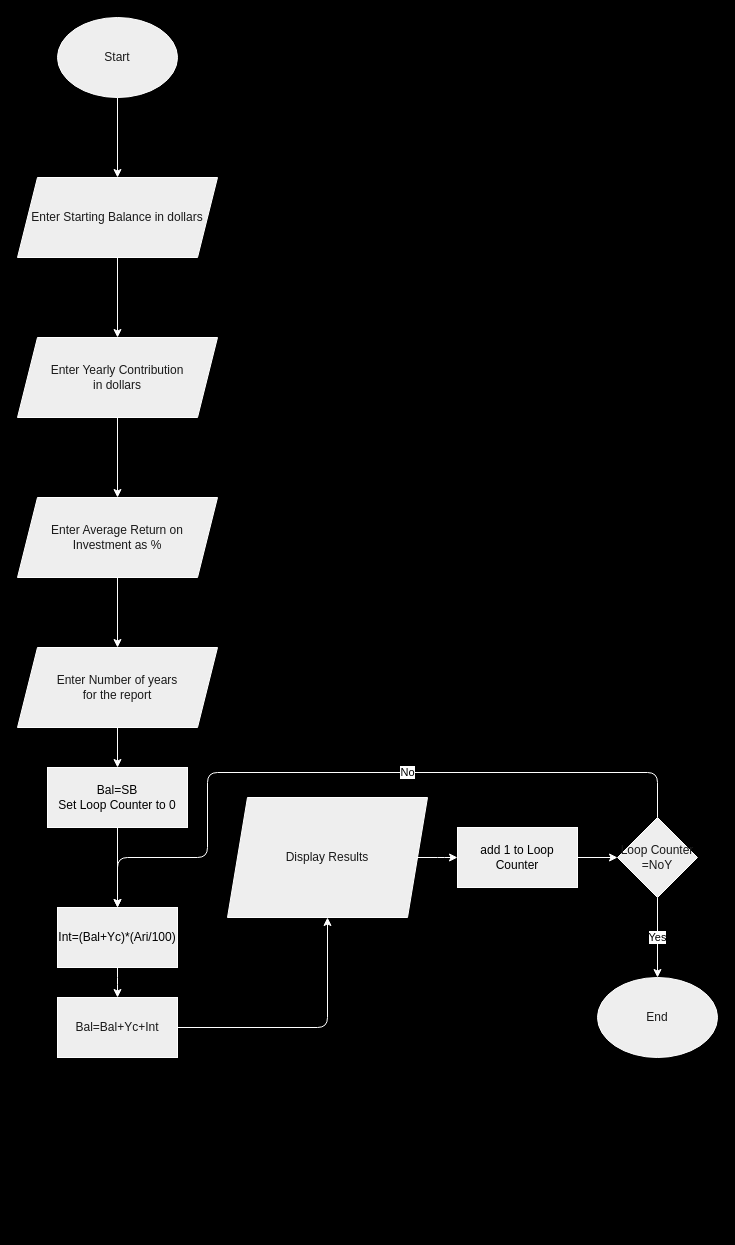
Before: advpseudoflow.drawio in WilsonTalentCenter/advpseudoflow-Digimonsoul, a draw.io diagram. Source tidied: cells renumbered, new cells numbered last; positions are measured from the earlier drawing's top-left corner, leaving out a move shared by most shapes. Both pictures are drawn from the tidied source at 100%, with x=0, y=0 at pixel (17, 17).
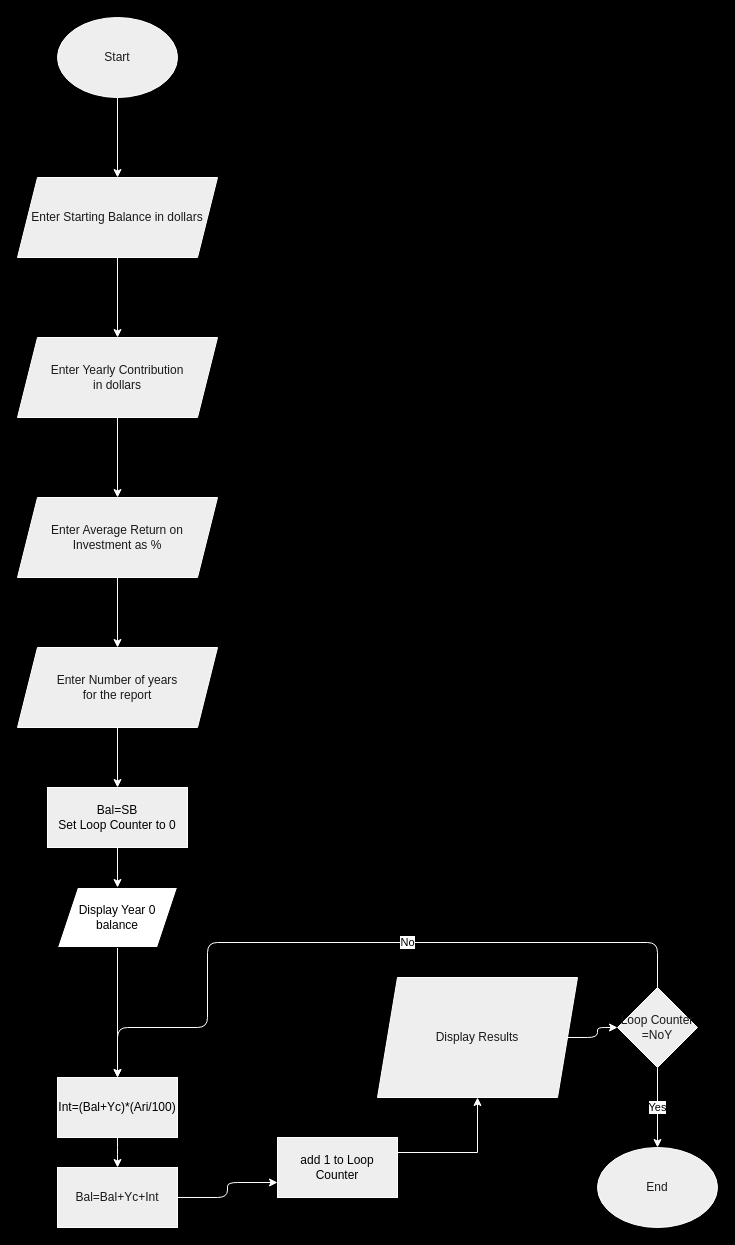
After the change.

Change to the diagram source:
```diff
@@
-    <mxCell id="12" style="edgeStyle=orthogonalEdgeStyle;curved=0;rounded=1;sketch=0;jettySize=auto;html=1;strokeColor=#FFFFFF;fontColor=#000000;" parent="1" edge="1" source="13" target="15">
+    <mxCell id="12" style="edgeStyle=orthogonalEdgeStyle;curved=0;rounded=1;sketch=0;jettySize=auto;html=1;strokeColor=#FFFFFF;fontColor=#000000;entryX=0;entryY=0.75;entryDx=0;entryDy=0;" parent="1" edge="1" source="13" target="25">
       <mxGeometry relative="1" as="geometry" />
     </mxCell>
     <mxCell id="13" value="Bal=Bal+Yc+Int" style="whiteSpace=wrap;html=1;fontColor=#1A1A1A;strokeColor=#FFFFFF;fillColor=#EEEEEE;" parent="1" vertex="1">
-      <mxGeometry x="40" y="980" width="120" height="60" as="geometry" />
+      <mxGeometry x="40" y="1150" width="120" height="60" as="geometry" />
     </mxCell>
-    <mxCell id="14" style="edgeStyle=orthogonalEdgeStyle;curved=0;rounded=1;sketch=0;jettySize=auto;html=1;exitX=1;exitY=0.5;exitDx=0;exitDy=0;entryX=0;entryY=0.5;entryDx=0;entryDy=0;strokeColor=#FFFFFF;fontColor=#000000;" parent="1" edge="1" source="15" target="25">
+    <mxCell id="14" style="edgeStyle=orthogonalEdgeStyle;curved=0;rounded=1;sketch=0;jettySize=auto;html=1;exitX=1;exitY=0.5;exitDx=0;exitDy=0;entryX=0;entryY=0.5;entryDx=0;entryDy=0;strokeColor=#FFFFFF;fontColor=#000000;" parent="1" edge="1" source="15" target="18">
       <mxGeometry relative="1" as="geometry" />
     </mxCell>
     <mxCell id="15" value="Display Results" style="shape=parallelogram;perimeter=parallelogramPerimeter;whiteSpace=wrap;html=1;fixedSize=1;fontColor=#1A1A1A;strokeColor=#FFFFFF;fillColor=#EEEEEE;" parent="1" vertex="1">
-      <mxGeometry x="210" y="780" width="200" height="120" as="geometry" />
+      <mxGeometry x="360" y="960" width="200" height="120" as="geometry" />
     </mxCell>
     <mxCell id="16" value="No" style="edgeStyle=orthogonalEdgeStyle;curved=0;rounded=1;sketch=0;jettySize=auto;html=1;exitX=0.5;exitY=0;exitDx=0;exitDy=0;strokeColor=#FFFFFF;fontColor=#000000;entryX=0.5;entryY=0;entryDx=0;entryDy=0;" parent="1" edge="1" source="18" target="23">
       <mxGeometry x="-0.18" relative="1" as="geometry">
         <Array as="points">
-          <mxPoint x="640" y="755" />
-          <mxPoint x="190" y="755" />
-          <mxPoint x="190" y="840" />
-          <mxPoint x="100" y="840" />
+          <mxPoint x="640" y="925" />
+          <mxPoint x="190" y="925" />
+          <mxPoint x="190" y="1010" />
+          <mxPoint x="100" y="1010" />
         </Array>
       </mxGeometry>
     </mxCell>
@@
     <mxCell id="18" value="Loop Counter =NoY" style="rhombus;whiteSpace=wrap;html=1;fontColor=#1A1A1A;strokeColor=#FFFFFF;fillColor=#EEEEEE;" parent="1" vertex="1">
-      <mxGeometry x="600" y="800" width="80" height="80" as="geometry" />
+      <mxGeometry x="600" y="970" width="80" height="80" as="geometry" />
     </mxCell>
     <mxCell id="19" value="End" style="ellipse;whiteSpace=wrap;html=1;fontColor=#1A1A1A;strokeColor=#FFFFFF;fillColor=#EEEEEE;" parent="1" vertex="1">
-      <mxGeometry x="580" y="960" width="120" height="80" as="geometry" />
+      <mxGeometry x="580" y="1130" width="120" height="80" as="geometry" />
     </mxCell>
-    <mxCell id="20" style="edgeStyle=orthogonalEdgeStyle;curved=0;rounded=1;sketch=0;jettySize=auto;html=1;strokeColor=#FFFFFF;fontColor=#000000;" parent="1" edge="1" source="21" target="23">
+    <mxCell id="20" style="edgeStyle=orthogonalEdgeStyle;curved=0;rounded=1;sketch=0;jettySize=auto;html=1;strokeColor=#FFFFFF;fontColor=#000000;" parent="1" edge="1" source="27" target="23">
       <mxGeometry relative="1" as="geometry" />
     </mxCell>
     <mxCell id="21" value="Bal=SB&lt;br&gt;Set Loop Counter to 0" style="rounded=0;whiteSpace=wrap;html=1;sketch=0;strokeColor=#FFFFFF;fillColor=#EEEEEE;fontColor=#000000;" parent="1" vertex="1">
-      <mxGeometry x="30" y="750" width="140" height="60" as="geometry" />
+      <mxGeometry x="30" y="770" width="140" height="60" as="geometry" />
     </mxCell>
@@
     <mxCell id="23" value="Int=(Bal+Yc)*(Ari/100)" style="rounded=0;whiteSpace=wrap;html=1;sketch=0;strokeColor=#FFFFFF;fillColor=#EEEEEE;fontColor=#000000;" parent="1" vertex="1">
-      <mxGeometry x="40" y="890" width="120" height="60" as="geometry" />
+      <mxGeometry x="40" y="1060" width="120" height="60" as="geometry" />
     </mxCell>
-    <mxCell id="24" style="edgeStyle=orthogonalEdgeStyle;curved=0;rounded=1;sketch=0;jettySize=auto;html=1;strokeColor=#FFFFFF;fontColor=#000000;" parent="1" edge="1" source="25" target="18">
-      <mxGeometry relative="1" as="geometry" />
-    </mxCell>
+    <mxCell id="26" style="edgeStyle=orthogonalEdgeStyle;rounded=0;jettySize=auto;html=1;exitX=1;exitY=0.25;exitDx=0;exitDy=0;entryX=0.5;entryY=1;entryDx=0;entryDy=0;strokeColor=#FFFFFF;" parent="1" edge="1" source="25" target="15">
+      <mxGeometry relative="1" as="geometry" />
+    </mxCell>
     <mxCell id="25" value="add 1 to Loop Counter" style="rounded=0;whiteSpace=wrap;html=1;sketch=0;strokeColor=#FFFFFF;fillColor=#EEEEEE;fontColor=#000000;" parent="1" vertex="1">
-      <mxGeometry x="440" y="810" width="120" height="60" as="geometry" />
+      <mxGeometry x="260" y="1120" width="120" height="60" as="geometry" />
     </mxCell>
+    <mxCell id="27" value="Display Year 0 balance" style="shape=parallelogram;perimeter=parallelogramPerimeter;whiteSpace=wrap;html=1;fixedSize=1;" parent="1" vertex="1">
+      <mxGeometry x="40" y="870" width="120" height="60" as="geometry" />
+    </mxCell>
+    <mxCell id="28" style="edgeStyle=orthogonalEdgeStyle;curved=0;rounded=1;sketch=0;jettySize=auto;html=1;strokeColor=#FFFFFF;fontColor=#000000;" parent="1" edge="1" source="21" target="27">
+      <mxGeometry relative="1" as="geometry" />
+    </mxCell>
```
